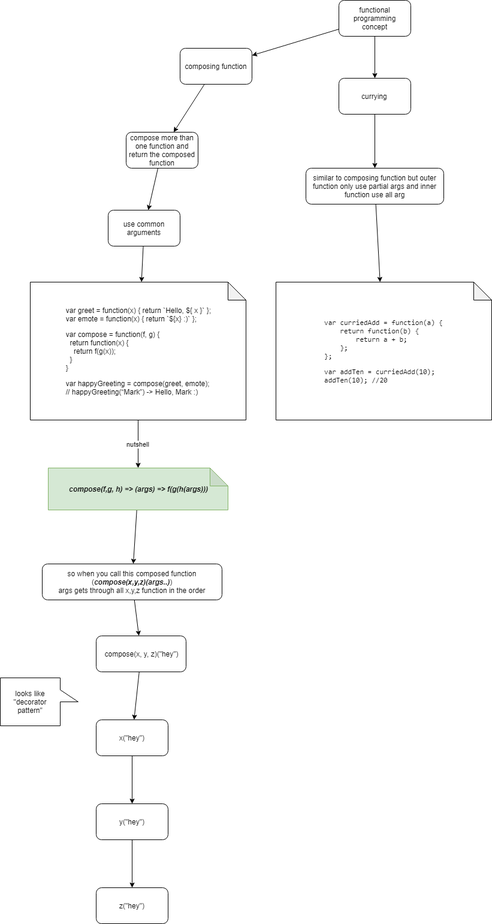
The draw.io diagram functional_programming_concept.png in stsiwo/js_concept, before a commit. Source tidied: cells renumbered, new cells last; positions are measured from the earlier drawing's top-left corner, leaving out a move shared by most shapes. The source it was exported from:
```xml
<mxGraphModel background="#FFFFFF">
  <root>
    <mxCell id="0" />
    <mxCell id="1" parent="0" />
    <mxCell id="2" style="rounded=0;html=1;jettySize=auto;" parent="1" edge="1" source="4" target="10">
      <mxGeometry relative="1" as="geometry" />
    </mxCell>
    <mxCell id="3" style="edgeStyle=none;rounded=0;html=1;jettySize=auto;" parent="1" edge="1" source="4" target="6">
      <mxGeometry relative="1" as="geometry" />
    </mxCell>
    <mxCell id="4" value="functional programming concept" style="rounded=1;whiteSpace=wrap;html=1;" parent="1" vertex="1">
      <mxGeometry x="565" width="120" height="60" as="geometry" />
    </mxCell>
    <mxCell id="5" style="edgeStyle=none;rounded=0;html=1;jettySize=auto;" parent="1" edge="1" source="6" target="8">
      <mxGeometry relative="1" as="geometry" />
    </mxCell>
    <mxCell id="6" value="currying&amp;nbsp;" style="rounded=1;whiteSpace=wrap;html=1;" parent="1" vertex="1">
      <mxGeometry x="565" y="130" width="120" height="60" as="geometry" />
    </mxCell>
    <mxCell id="7" style="edgeStyle=none;rounded=0;html=1;jettySize=auto;" parent="1" edge="1" source="8" target="19">
      <mxGeometry relative="1" as="geometry" />
    </mxCell>
    <mxCell id="8" value="similar to composing function but outer function only use partial args and inner function use all arg" style="rounded=1;whiteSpace=wrap;html=1;" parent="1" vertex="1">
      <mxGeometry x="510" y="280" width="230" height="60" as="geometry" />
    </mxCell>
    <mxCell id="9" style="edgeStyle=none;rounded=0;html=1;jettySize=auto;" parent="1" edge="1" source="10" target="12">
      <mxGeometry relative="1" as="geometry" />
    </mxCell>
    <mxCell id="10" value="composing function" style="rounded=1;whiteSpace=wrap;html=1;" parent="1" vertex="1">
      <mxGeometry x="300" y="80" width="120" height="60" as="geometry" />
    </mxCell>
    <mxCell id="11" style="edgeStyle=none;rounded=0;html=1;jettySize=auto;" parent="1" edge="1" source="12" target="14">
      <mxGeometry relative="1" as="geometry" />
    </mxCell>
    <mxCell id="12" value="compose more than one function and return the composed function" style="rounded=1;whiteSpace=wrap;html=1;" parent="1" vertex="1">
      <mxGeometry x="210" y="220" width="120" height="60" as="geometry" />
    </mxCell>
    <mxCell id="13" style="edgeStyle=none;rounded=0;html=1;jettySize=auto;" parent="1" edge="1" source="14" target="16">
      <mxGeometry relative="1" as="geometry" />
    </mxCell>
    <mxCell id="14" value="use common arguments" style="rounded=1;whiteSpace=wrap;html=1;" parent="1" vertex="1">
      <mxGeometry x="180" y="350" width="120" height="60" as="geometry" />
    </mxCell>
    <mxCell id="15" value="nutshell" style="edgeStyle=none;rounded=0;html=1;jettySize=auto;" parent="1" edge="1" source="16" target="18">
      <mxGeometry relative="1" as="geometry" />
    </mxCell>
    <mxCell id="16" value="&lt;pre id=&quot;3f8d&quot;&gt;&lt;div style=&quot;text-align: left&quot;&gt;&lt;span style=&quot;font-family: &amp;#34;helvetica&amp;#34; ; white-space: normal&quot;&gt;var greet = function(x) { return `Hello, ${ x }` };&lt;/span&gt;&lt;/div&gt;&lt;div style=&quot;text-align: left&quot;&gt;&lt;span style=&quot;font-family: &amp;#34;helvetica&amp;#34; ; white-space: normal&quot;&gt;var emote = function(x) { return `${x} :)` };&lt;/span&gt;&lt;/div&gt;&lt;/pre&gt;&lt;pre id=&quot;d83b&quot;&gt;&lt;div style=&quot;text-align: left&quot;&gt;&lt;span style=&quot;font-family: &amp;#34;helvetica&amp;#34; ; white-space: normal&quot;&gt;var compose = function(f, g) {&lt;/span&gt;&lt;/div&gt;&lt;div style=&quot;text-align: left&quot;&gt;&lt;span style=&quot;font-family: &amp;#34;helvetica&amp;#34; ; white-space: normal&quot;&gt;&amp;nbsp; return function(x) {&lt;/span&gt;&lt;/div&gt;&lt;div style=&quot;text-align: left&quot;&gt;&lt;span style=&quot;font-family: &amp;#34;helvetica&amp;#34; ; white-space: normal&quot;&gt;&amp;nbsp; &amp;nbsp; return f(g(x));&lt;/span&gt;&lt;/div&gt;&lt;div style=&quot;text-align: left&quot;&gt;&lt;span style=&quot;font-family: &amp;#34;helvetica&amp;#34; ; white-space: normal&quot;&gt;&amp;nbsp; }&lt;/span&gt;&lt;/div&gt;&lt;div style=&quot;text-align: left&quot;&gt;&lt;span style=&quot;font-family: &amp;#34;helvetica&amp;#34; ; white-space: normal&quot;&gt;}&lt;/span&gt;&lt;/div&gt;&lt;/pre&gt;&lt;pre id=&quot;44c9&quot;&gt;&lt;div style=&quot;text-align: left&quot;&gt;&lt;span style=&quot;font-family: &amp;#34;helvetica&amp;#34; ; white-space: normal&quot;&gt;var happyGreeting = compose(greet, emote);&lt;/span&gt;&lt;/div&gt;&lt;div style=&quot;text-align: left&quot;&gt;&lt;span style=&quot;font-family: &amp;#34;helvetica&amp;#34; ; white-space: normal&quot;&gt;// happyGreeting(“Mark”) -&amp;gt; Hello, Mark :)&lt;/span&gt;&lt;/div&gt;&lt;/pre&gt;" style="shape=note;whiteSpace=wrap;html=1;backgroundOutline=1;darkOpacity=0.05;" parent="1" vertex="1">
      <mxGeometry x="50" y="470" width="360" height="230" as="geometry" />
    </mxCell>
    <mxCell id="17" style="edgeStyle=none;rounded=0;html=1;jettySize=auto;" parent="1" edge="1" source="18" target="21">
      <mxGeometry relative="1" as="geometry" />
    </mxCell>
    <mxCell id="18" value="&lt;pre id=&quot;3f8d&quot;&gt;&lt;div style=&quot;text-align: left&quot;&gt;&lt;font face=&quot;helvetica&quot;&gt;&lt;span style=&quot;white-space: normal&quot;&gt;&lt;b&gt;&lt;i&gt;compose(f,g, h) =&amp;gt; (args) =&amp;gt; f(g(h(args)))&lt;/i&gt;&lt;/b&gt;&lt;/span&gt;&lt;/font&gt;&lt;/div&gt;&lt;/pre&gt;" style="shape=note;whiteSpace=wrap;html=1;backgroundOutline=1;darkOpacity=0.05;fillColor=#d5e8d4;strokeColor=#82b366;" parent="1" vertex="1">
      <mxGeometry x="80" y="780" width="300" height="70" as="geometry" />
    </mxCell>
    <mxCell id="19" value="&lt;pre id=&quot;3f8d&quot;&gt;&lt;div style=&quot;text-align: left&quot;&gt;&lt;pre id=&quot;a44d&quot;&gt;var curriedAdd = function(a) {&lt;br&gt;    return function(b) {&lt;br&gt;        return a + b;&lt;br&gt;    };&lt;br&gt;};&lt;/pre&gt;&lt;pre id=&quot;8773&quot;&gt;var addTen = curriedAdd(10);&lt;br&gt;addTen(10); //20&lt;/pre&gt;&lt;/div&gt;&lt;/pre&gt;" style="shape=note;whiteSpace=wrap;html=1;backgroundOutline=1;darkOpacity=0.05;" parent="1" vertex="1">
      <mxGeometry x="460" y="470" width="360" height="230" as="geometry" />
    </mxCell>
    <mxCell id="20" style="edgeStyle=none;rounded=0;html=1;jettySize=auto;" parent="1" edge="1" source="21" target="23">
      <mxGeometry relative="1" as="geometry" />
    </mxCell>
    <mxCell id="21" value="so when you call this composed function (&lt;b&gt;&lt;i&gt;compose(x,y,z)(args..)&lt;/i&gt;&lt;/b&gt;)&lt;br&gt;args gets through all x,y,z function in the order&lt;br&gt;" style="rounded=1;whiteSpace=wrap;html=1;" parent="1" vertex="1">
      <mxGeometry x="70" y="940" width="300" height="60" as="geometry" />
    </mxCell>
    <mxCell id="22" style="edgeStyle=none;rounded=0;html=1;jettySize=auto;" parent="1" edge="1" source="23" target="25">
      <mxGeometry relative="1" as="geometry" />
    </mxCell>
    <mxCell id="23" value="compose(x, y, z)(&quot;hey&quot;)" style="rounded=1;whiteSpace=wrap;html=1;" parent="1" vertex="1">
      <mxGeometry x="160" y="1060" width="150" height="60" as="geometry" />
    </mxCell>
    <mxCell id="24" style="edgeStyle=none;rounded=0;html=1;jettySize=auto;" parent="1" edge="1" source="25" target="27">
      <mxGeometry relative="1" as="geometry" />
    </mxCell>
    <mxCell id="25" value="x(&quot;hey&quot;)" style="rounded=1;whiteSpace=wrap;html=1;" parent="1" vertex="1">
      <mxGeometry x="160" y="1200" width="120" height="60" as="geometry" />
    </mxCell>
    <mxCell id="26" style="edgeStyle=none;rounded=0;html=1;jettySize=auto;" parent="1" edge="1" source="27" target="28">
      <mxGeometry relative="1" as="geometry" />
    </mxCell>
    <mxCell id="27" value="y(&quot;hey&quot;)" style="rounded=1;whiteSpace=wrap;html=1;" parent="1" vertex="1">
      <mxGeometry x="160" y="1340" width="120" height="60" as="geometry" />
    </mxCell>
    <mxCell id="28" value="z(&quot;hey&quot;)" style="rounded=1;whiteSpace=wrap;html=1;" parent="1" vertex="1">
      <mxGeometry x="160" y="1480" width="120" height="60" as="geometry" />
    </mxCell>
    <mxCell id="29" value="looks like &quot;decorator pattern&quot;" style="shape=callout;whiteSpace=wrap;html=1;perimeter=calloutPerimeter;direction=north;" parent="1" vertex="1">
      <mxGeometry y="1130" width="130" height="80" as="geometry" />
    </mxCell>
  </root>
</mxGraphModel>
```
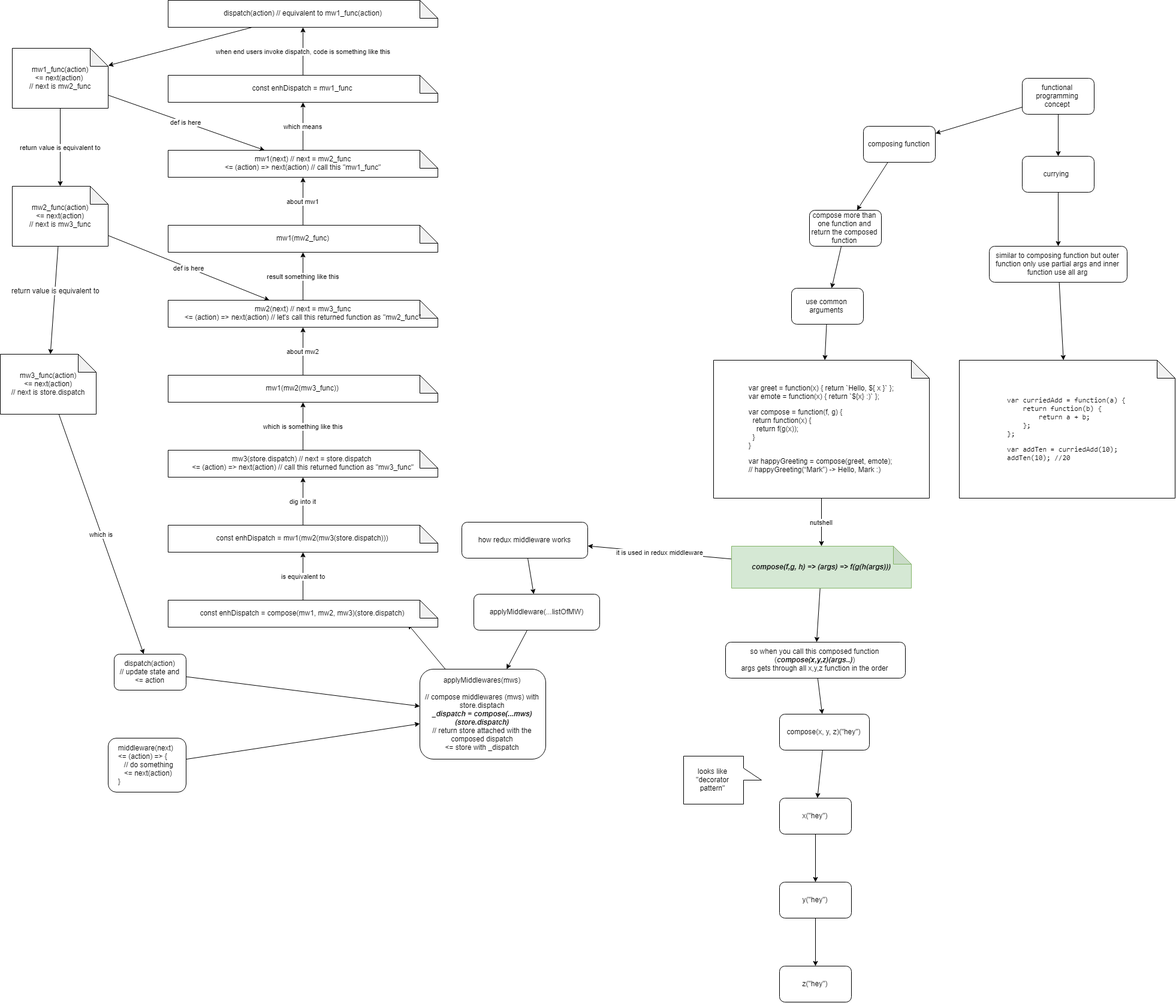
Later version of the same file.

Diff of the diagram source:
```diff
@@ -50,6 +50,9 @@
     <mxCell id="17" style="edgeStyle=none;rounded=0;html=1;jettySize=auto;" parent="1" edge="1" source="18" target="21">
       <mxGeometry relative="1" as="geometry" />
     </mxCell>
+    <mxCell id="30" value="it is used in redux middleware" style="edgeStyle=none;rounded=0;html=1;jettySize=auto;" parent="1" edge="1" source="18" target="32">
+      <mxGeometry relative="1" as="geometry" />
+    </mxCell>
     <mxCell id="18" value="&lt;pre id=&quot;3f8d&quot;&gt;&lt;div style=&quot;text-align: left&quot;&gt;&lt;font face=&quot;helvetica&quot;&gt;&lt;span style=&quot;white-space: normal&quot;&gt;&lt;b&gt;&lt;i&gt;compose(f,g, h) =&amp;gt; (args) =&amp;gt; f(g(h(args)))&lt;/i&gt;&lt;/b&gt;&lt;/span&gt;&lt;/font&gt;&lt;/div&gt;&lt;/pre&gt;" style="shape=note;whiteSpace=wrap;html=1;backgroundOutline=1;darkOpacity=0.05;fillColor=#d5e8d4;strokeColor=#82b366;" parent="1" vertex="1">
       <mxGeometry x="80" y="780" width="300" height="70" as="geometry" />
     </mxCell>
@@ -86,5 +89,118 @@
     <mxCell id="29" value="looks like &quot;decorator pattern&quot;" style="shape=callout;whiteSpace=wrap;html=1;perimeter=calloutPerimeter;direction=north;" parent="1" vertex="1">
       <mxGeometry y="1130" width="130" height="80" as="geometry" />
     </mxCell>
+    <mxCell id="31" style="edgeStyle=none;rounded=0;html=1;jettySize=auto;" parent="1" edge="1" source="32" target="34">
+      <mxGeometry relative="1" as="geometry" />
+    </mxCell>
+    <mxCell id="32" value="how redux middleware works" style="rounded=1;whiteSpace=wrap;html=1;" parent="1" vertex="1">
+      <mxGeometry x="-370" y="740" width="210" height="60" as="geometry" />
+    </mxCell>
+    <mxCell id="33" style="edgeStyle=none;rounded=0;html=1;jettySize=auto;" parent="1" edge="1" source="34" target="40">
+      <mxGeometry relative="1" as="geometry" />
+    </mxCell>
+    <mxCell id="34" value="applyMiddleware(...listOfMW)" style="rounded=1;whiteSpace=wrap;html=1;" parent="1" vertex="1">
+      <mxGeometry x="-350" y="860" width="210" height="60" as="geometry" />
+    </mxCell>
+    <mxCell id="35" style="edgeStyle=none;rounded=0;html=1;jettySize=auto;" parent="1" edge="1" source="36" target="40">
+      <mxGeometry relative="1" as="geometry" />
+    </mxCell>
+    <mxCell id="36" value="dispatch(action)&lt;br&gt;// update state and&lt;br&gt;&amp;lt;= action&lt;br&gt;" style="rounded=1;whiteSpace=wrap;html=1;" parent="1" vertex="1">
+      <mxGeometry x="-950" y="960" width="120" height="60" as="geometry" />
+    </mxCell>
+    <mxCell id="37" style="edgeStyle=none;rounded=0;html=1;jettySize=auto;" parent="1" edge="1" source="38" target="40">
+      <mxGeometry relative="1" as="geometry" />
+    </mxCell>
+    <mxCell id="38" value="&lt;div style=&quot;text-align: left&quot;&gt;&lt;span&gt;middleware(next)&lt;/span&gt;&lt;/div&gt;&lt;div style=&quot;text-align: left&quot;&gt;&lt;span&gt;&amp;lt;= (action) =&amp;gt; {&lt;/span&gt;&lt;/div&gt;&lt;div style=&quot;text-align: left&quot;&gt;&lt;span&gt;&amp;nbsp; &amp;nbsp;// do something&amp;nbsp;&lt;/span&gt;&lt;/div&gt;&lt;div style=&quot;text-align: left&quot;&gt;&lt;span&gt;&amp;nbsp; &amp;nbsp;&amp;lt;= next(action)&lt;/span&gt;&lt;/div&gt;&lt;div style=&quot;text-align: left&quot;&gt;&lt;span&gt;}&lt;/span&gt;&lt;/div&gt;" style="rounded=1;whiteSpace=wrap;html=1;" parent="1" vertex="1">
+      <mxGeometry x="-960" y="1100" width="130" height="90" as="geometry" />
+    </mxCell>
+    <mxCell id="39" style="edgeStyle=none;rounded=0;html=1;jettySize=auto;" parent="1" edge="1" source="40">
+      <mxGeometry relative="1" as="geometry">
+        <mxPoint x="-460" y="910" as="targetPoint" />
+      </mxGeometry>
+    </mxCell>
+    <mxCell id="40" value="applyMiddlewares(mws)&lt;br&gt;&lt;br&gt;// compose middlewares (mws) with store.disptach&lt;br&gt;&lt;b&gt;&lt;i&gt;_dispatch = compose(...mws)(store.dispatch)&lt;br&gt;&lt;/i&gt;&lt;/b&gt;// return store attached with the composed dispatch&lt;br&gt;&amp;lt;= store with _dispatch&lt;br&gt;" style="rounded=1;whiteSpace=wrap;html=1;" parent="1" vertex="1">
+      <mxGeometry x="-440" y="985" width="210" height="150" as="geometry" />
+    </mxCell>
+    <mxCell id="41" value="is equivalent to" style="edgeStyle=none;rounded=0;html=1;jettySize=auto;" parent="1" edge="1" source="42" target="44">
+      <mxGeometry relative="1" as="geometry" />
+    </mxCell>
+    <mxCell id="42" value="const enhDispatch = compose(mw1, mw2, mw3)(store.dispatch)" style="shape=note;whiteSpace=wrap;html=1;backgroundOutline=1;darkOpacity=0.05;" parent="1" vertex="1">
+      <mxGeometry x="-860" y="870" width="450" height="45" as="geometry" />
+    </mxCell>
+    <mxCell id="43" value="dig into it" style="edgeStyle=none;rounded=0;html=1;jettySize=auto;" parent="1" edge="1" source="44" target="46">
+      <mxGeometry relative="1" as="geometry" />
+    </mxCell>
+    <mxCell id="44" value="const enhDispatch = mw1(mw2(mw3(store.dispatch)))" style="shape=note;whiteSpace=wrap;html=1;backgroundOutline=1;darkOpacity=0.05;" parent="1" vertex="1">
+      <mxGeometry x="-860" y="745" width="450" height="45" as="geometry" />
+    </mxCell>
+    <mxCell id="45" value="which is something like this" style="edgeStyle=none;rounded=0;html=1;jettySize=auto;" parent="1" edge="1" source="46" target="48">
+      <mxGeometry relative="1" as="geometry" />
+    </mxCell>
+    <mxCell id="46" value="mw3(store.dispatch) // next = store.dispatch&amp;nbsp;&lt;br&gt;&amp;lt;= (action) =&amp;gt; next(action) // call this returned function as &quot;mw3_func&quot;&lt;br&gt;" style="shape=note;whiteSpace=wrap;html=1;backgroundOutline=1;darkOpacity=0.05;" parent="1" vertex="1">
+      <mxGeometry x="-860" y="620" width="450" height="45" as="geometry" />
+    </mxCell>
+    <mxCell id="47" value="about mw2" style="edgeStyle=none;rounded=0;html=1;jettySize=auto;" parent="1" edge="1" source="48" target="50">
+      <mxGeometry relative="1" as="geometry" />
+    </mxCell>
+    <mxCell id="48" value="mw1(mw2(mw3_func))" style="shape=note;whiteSpace=wrap;html=1;backgroundOutline=1;darkOpacity=0.05;" parent="1" vertex="1">
+      <mxGeometry x="-860" y="495" width="450" height="45" as="geometry" />
+    </mxCell>
+    <mxCell id="49" value="result something like this" style="edgeStyle=none;rounded=0;html=1;jettySize=auto;" parent="1" edge="1" source="50" target="52">
+      <mxGeometry relative="1" as="geometry" />
+    </mxCell>
+    <mxCell id="50" value="mw2(next) // next = mw3_func&lt;br&gt;&amp;lt;= (action) =&amp;gt; next(action) // let's call this returned function as &quot;mw2_func&quot;&lt;br&gt;" style="shape=note;whiteSpace=wrap;html=1;backgroundOutline=1;darkOpacity=0.05;" parent="1" vertex="1">
+      <mxGeometry x="-860" y="370" width="450" height="45" as="geometry" />
+    </mxCell>
+    <mxCell id="51" value="about mw1" style="edgeStyle=none;rounded=0;html=1;jettySize=auto;" parent="1" edge="1" source="52" target="54">
+      <mxGeometry relative="1" as="geometry" />
+    </mxCell>
+    <mxCell id="52" value="mw1(mw2_func)" style="shape=note;whiteSpace=wrap;html=1;backgroundOutline=1;darkOpacity=0.05;" parent="1" vertex="1">
+      <mxGeometry x="-860" y="245" width="450" height="45" as="geometry" />
+    </mxCell>
+    <mxCell id="53" value="which means" style="edgeStyle=none;rounded=0;html=1;jettySize=auto;" parent="1" edge="1" source="54" target="56">
+      <mxGeometry relative="1" as="geometry" />
+    </mxCell>
+    <mxCell id="54" value="mw1(next) // next = mw2_func&lt;br&gt;&amp;lt;= (action) =&amp;gt; next(action) // call this &quot;mw1_func&quot;&lt;br&gt;" style="shape=note;whiteSpace=wrap;html=1;backgroundOutline=1;darkOpacity=0.05;" parent="1" vertex="1">
+      <mxGeometry x="-860" y="120" width="450" height="45" as="geometry" />
+    </mxCell>
+    <mxCell id="55" value="when end users invoke dispatch, code is something like this" style="edgeStyle=none;rounded=0;html=1;jettySize=auto;" parent="1" edge="1" source="56" target="58">
+      <mxGeometry relative="1" as="geometry" />
+    </mxCell>
+    <mxCell id="56" value="const enhDispatch = mw1_func" style="shape=note;whiteSpace=wrap;html=1;backgroundOutline=1;darkOpacity=0.05;" parent="1" vertex="1">
+      <mxGeometry x="-860" y="-5" width="450" height="45" as="geometry" />
+    </mxCell>
+    <mxCell id="57" style="edgeStyle=none;rounded=0;html=1;jettySize=auto;" parent="1" edge="1" source="58" target="61">
+      <mxGeometry relative="1" as="geometry" />
+    </mxCell>
+    <mxCell id="58" value="dispatch(action) // equivalent to mw1_func(action)" style="shape=note;whiteSpace=wrap;html=1;backgroundOutline=1;darkOpacity=0.05;" parent="1" vertex="1">
+      <mxGeometry x="-860" y="-130" width="450" height="45" as="geometry" />
+    </mxCell>
+    <mxCell id="59" value="def is here" style="edgeStyle=none;rounded=0;html=1;jettySize=auto;" parent="1" edge="1" source="61" target="54">
+      <mxGeometry relative="1" as="geometry" />
+    </mxCell>
+    <mxCell id="60" value="return value is equivalent to" style="edgeStyle=none;rounded=0;html=1;jettySize=auto;" parent="1" edge="1" source="61" target="65">
+      <mxGeometry relative="1" as="geometry" />
+    </mxCell>
+    <mxCell id="61" value="mw1_func(action)&lt;br&gt;&amp;lt;= next(action)&amp;nbsp;&lt;br&gt;// next is mw2_func&lt;br&gt;" style="shape=note;whiteSpace=wrap;html=1;backgroundOutline=1;darkOpacity=0.05;" parent="1" vertex="1">
+      <mxGeometry x="-1120" y="-50" width="160" height="100" as="geometry" />
+    </mxCell>
+    <mxCell id="62" value="def is here" style="edgeStyle=none;rounded=0;html=1;jettySize=auto;" parent="1" edge="1" source="65" target="50">
+      <mxGeometry relative="1" as="geometry" />
+    </mxCell>
+    <mxCell id="63" style="edgeStyle=none;rounded=0;html=1;jettySize=auto;" parent="1" edge="1" source="65" target="67">
+      <mxGeometry relative="1" as="geometry" />
+    </mxCell>
+    <mxCell id="64" value="&lt;span&gt;return value is equivalent to&lt;/span&gt;" style="text;html=1;align=center;verticalAlign=middle;labelBackgroundColor=#ffffff;" parent="63" vertex="1">
+      <mxGeometry x="-0.2" relative="1" as="geometry" />
+    </mxCell>
+    <mxCell id="65" value="mw2_func(action)&lt;br&gt;&amp;lt;= next(action)&lt;br&gt;// next is mw3_func&lt;br&gt;" style="shape=note;whiteSpace=wrap;html=1;backgroundOutline=1;darkOpacity=0.05;" parent="1" vertex="1">
+      <mxGeometry x="-1120" y="180" width="160" height="100" as="geometry" />
+    </mxCell>
+    <mxCell id="66" value="which is" style="edgeStyle=none;rounded=0;html=1;jettySize=auto;" parent="1" edge="1" source="67" target="36">
+      <mxGeometry relative="1" as="geometry" />
+    </mxCell>
+    <mxCell id="67" value="mw3_func(action)&lt;br&gt;&amp;lt;= next(action)&lt;br&gt;// next is store.dispatch&lt;br&gt;" style="shape=note;whiteSpace=wrap;html=1;backgroundOutline=1;darkOpacity=0.05;" parent="1" vertex="1">
+      <mxGeometry x="-1140" y="460" width="160" height="100" as="geometry" />
+    </mxCell>
   </root>
 </mxGraphModel>
```
